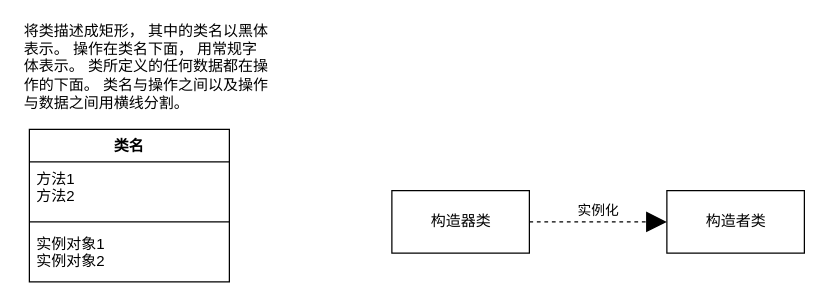
Above: Untitled Diagram.drawio in ChinaChong/Diagrams (draw.io), before the change. Source tidied: cells renumbered, new cells numbered last; positions are measured from the earlier drawing's top-left corner, leaving out a move shared by most shapes. Both pictures are drawn from the tidied source at 125%, with x=0, y=0 at pixel (21, 54).
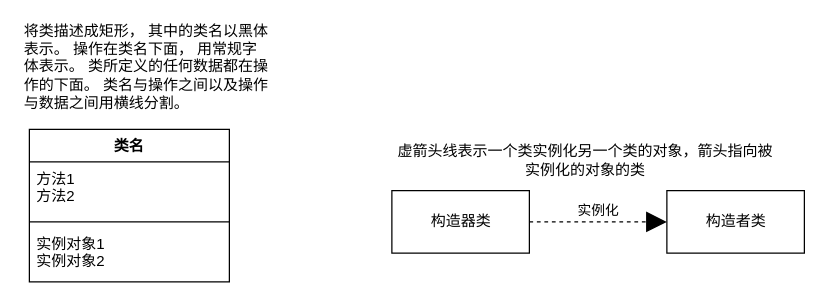
After the change.

What changed in the source:
```diff
@@
 <mxGraphModel>
   <root>
     <mxCell id="0" />
     <mxCell id="1" parent="0" />
     <mxCell id="2" value="类名" style="swimlane;fontStyle=1;align=center;verticalAlign=top;horizontal=1;startSize=26;hachureGap=4;" parent="1" vertex="1">
       <mxGeometry x="6" y="60" width="160" height="122" as="geometry" />
     </mxCell>
     <mxCell id="3" value="方法1&#10;方法2" style="text;strokeColor=none;fillColor=none;align=left;verticalAlign=top;spacingLeft=4;spacingRight=4;overflow=hidden;" parent="2" vertex="1">
       <mxGeometry y="26" width="160" height="44" as="geometry" />
     </mxCell>
     <mxCell id="4" style="line;strokeWidth=1;fillColor=none;align=left;verticalAlign=middle;spacingTop=-1;spacingLeft=3;spacingRight=3;labelPosition=right;" parent="2" vertex="1">
       <mxGeometry y="70" width="160" height="8" as="geometry" />
     </mxCell>
     <mxCell id="5" value="实例对象1&#10;实例对象2" style="text;strokeColor=none;fillColor=none;align=left;verticalAlign=top;spacingLeft=4;spacingRight=4;overflow=hidden;" parent="2" vertex="1">
       <mxGeometry y="78" width="160" height="44" as="geometry" />
     </mxCell>
     <mxCell id="6" value="将类描述成矩形， 其中的类名以黑体表示。 操作在类名下面， 用常规字体表示。 类所定义的任何数据都在操作的下面。 类名与操作之间以及操作与数据之间用横线分割。" style="text;html=1;strokeColor=none;fillColor=none;align=left;verticalAlign=middle;whiteSpace=wrap;rounded=0;hachureGap=4;" parent="1" vertex="1">
       <mxGeometry width="200" height="20" as="geometry" />
     </mxCell>
     <mxCell id="7" value="构造器类" style="html=1;hachureGap=4;" parent="1" vertex="1">
       <mxGeometry x="296" y="109" width="110" height="50" as="geometry" />
     </mxCell>
     <mxCell id="8" value="构造者类" style="html=1;hachureGap=4;" parent="1" vertex="1">
       <mxGeometry x="516" y="109" width="110" height="50" as="geometry" />
     </mxCell>
     <mxCell id="9" value="实例化" style="html=1;verticalAlign=bottom;endArrow=block;startSize=14;endSize=14;sourcePerimeterSpacing=8;targetPerimeterSpacing=8;dashed=1;exitX=1;exitY=0.5;exitDx=0;exitDy=0;entryX=0;entryY=0.5;entryDx=0;entryDy=0;" parent="1" edge="1" source="7" target="8">
       <mxGeometry relative="1" as="geometry" />
     </mxCell>
+    <mxCell id="10" value="虚箭头线表示一个类实例化另一个类的对象，箭头指向被实例化的对象的类" style="text;html=1;strokeColor=none;fillColor=none;align=center;verticalAlign=middle;whiteSpace=wrap;rounded=0;hachureGap=4;" parent="1" vertex="1">
+      <mxGeometry x="296" y="80" width="310" height="10" as="geometry" />
+    </mxCell>
   </root>
 </mxGraphModel>
```
